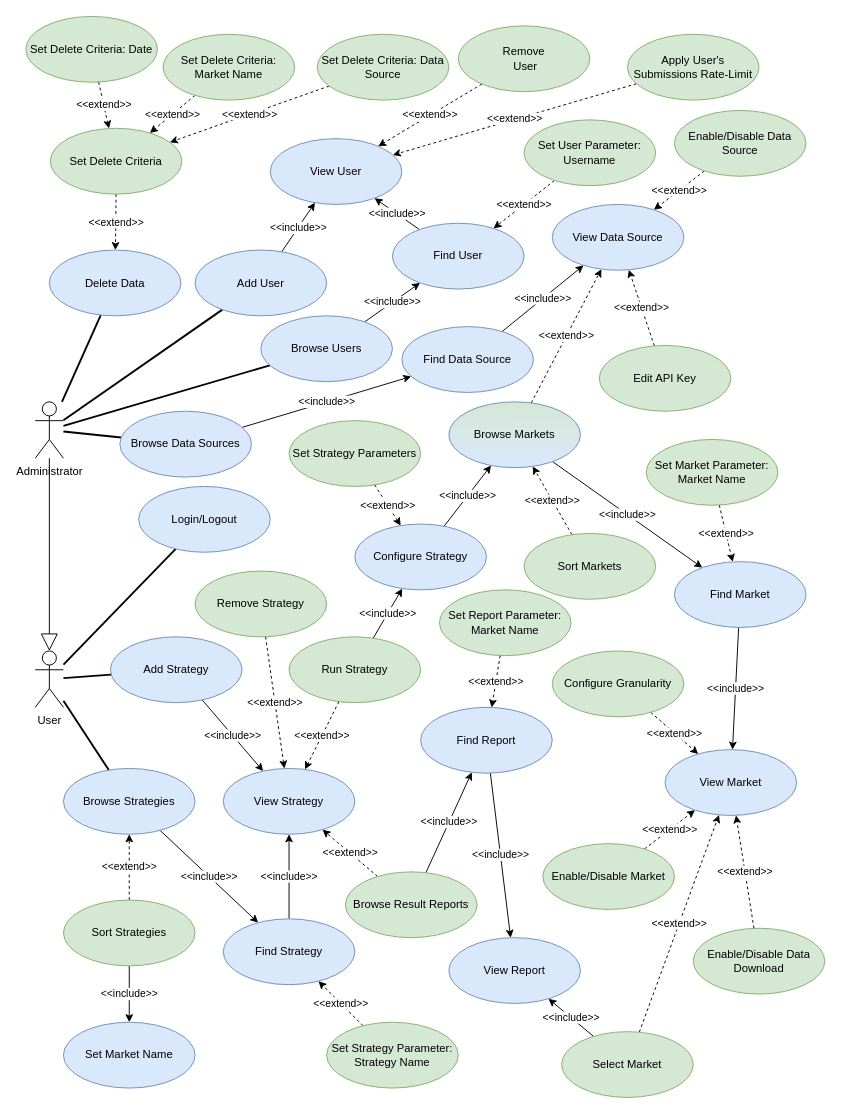
This is drawio/usecases.drawio from nferrante1/lsmsd2, a draw.io file, before an edit. Source tidied: cells renumbered, new cells numbered last; positions are measured from the earlier drawing's top-left corner, leaving out a move shared by most shapes. Both pictures are drawn from the tidied source at 94%, with x=0, y=0 at pixel (25, 16).
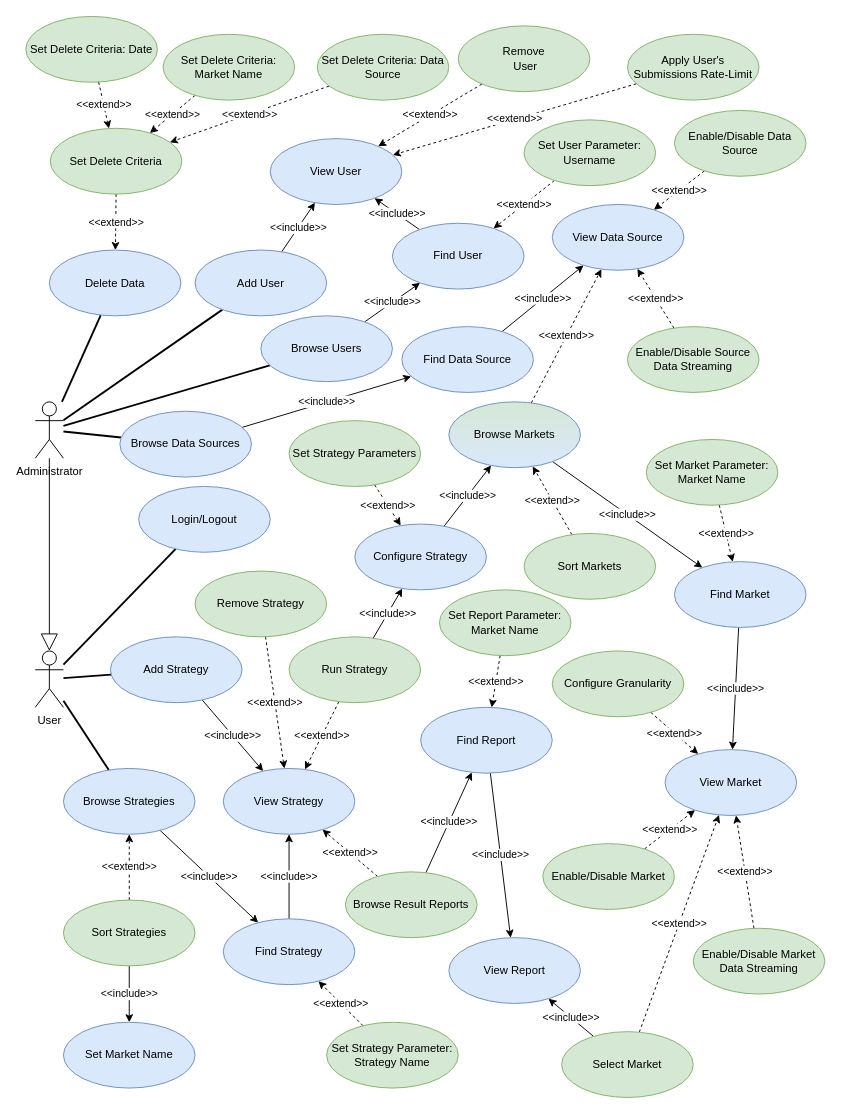
Above is the later version.

Commit message:
Remove API key, add data source streaming

The change refers to these unchanged cells:
```xml
<mxCell id="11" value="View Data Source" style="ellipse;whiteSpace=wrap;html=1;fillColor=#dae8fc;strokeColor=#6c8ebf;" parent="1" vertex="1">
  <mxGeometry x="560" y="200" width="140" height="70" as="geometry" />
</mxCell>
```

Diff of the diagram source:
```diff
@@
-    <mxCell id="27" value="&amp;lt;&amp;lt;extend&amp;gt;&amp;gt;" style="edgeStyle=none;rounded=0;jettySize=auto;html=1;dashed=1;" parent="1" edge="1" source="28" target="11">
-      <mxGeometry relative="1" as="geometry" />
-    </mxCell>
-    <mxCell id="28" value="Edit API Key" style="ellipse;whiteSpace=wrap;html=1;fillColor=#d5e8d4;strokeColor=#82b366;" parent="1" vertex="1">
-      <mxGeometry x="610" y="350" width="140" height="70" as="geometry" />
-    </mxCell>
@@
-    <mxCell id="45" value="Enable/Disable Data Download" style="ellipse;whiteSpace=wrap;html=1;fillColor=#d5e8d4;strokeColor=#82b366;" parent="1" vertex="1">
+    <mxCell id="45" value="Enable/Disable Market Data Streaming" style="ellipse;whiteSpace=wrap;html=1;fillColor=#d5e8d4;strokeColor=#82b366;" parent="1" vertex="1">
       <mxGeometry x="710" y="970" width="140" height="70" as="geometry" />
     </mxCell>
@@
+    <mxCell id="27" value="&amp;lt;&amp;lt;extend&amp;gt;&amp;gt;" style="rounded=0;jettySize=auto;html=1;dashed=1;" parent="1" edge="1" source="93" target="11">
+      <mxGeometry relative="1" as="geometry" />
+    </mxCell>
+    <mxCell id="93" value="Enable/Disable Source Data Streaming" style="ellipse;whiteSpace=wrap;html=1;fillColor=#d5e8d4;strokeColor=#82b366;" parent="1" vertex="1">
+      <mxGeometry x="640" y="330" width="140" height="70" as="geometry" />
+    </mxCell>
```
